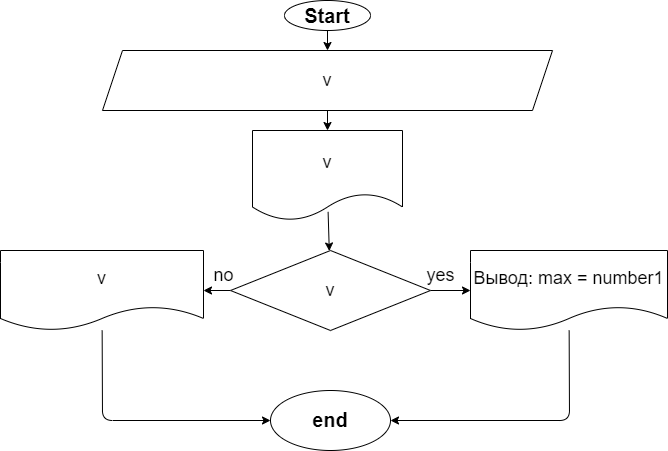
Above: Example011_Task6/algorithm.drawio.png in TayaInakova/C_Sharp (draw.io), before the change. Source tidied: cells renumbered, new cells last; positions are measured from the earlier drawing's top-left corner, leaving out a move shared by most shapes. Its diagram source:
```xml
<mxGraphModel>
  <root>
    <mxCell id="0" />
    <mxCell id="1" parent="0" />
    <mxCell id="2" style="edgeStyle=none;html=1;fontSize=20;" parent="1" edge="1" source="3" target="6">
      <mxGeometry relative="1" as="geometry" />
    </mxCell>
    <mxCell id="3" value="&lt;font style=&quot;font-size: 20px&quot;&gt;&lt;b&gt;Start&lt;/b&gt;&lt;/font&gt;" style="ellipse;whiteSpace=wrap;html=1;" parent="1" vertex="1">
      <mxGeometry x="284" width="86" height="30" as="geometry" />
    </mxCell>
    <mxCell id="4" style="edgeStyle=none;html=1;fontSize=18;exitX=0.504;exitY=0.904;exitDx=0;exitDy=0;exitPerimeter=0;" parent="1" edge="1" source="16" target="9">
      <mxGeometry relative="1" as="geometry" />
    </mxCell>
    <mxCell id="5" style="edgeStyle=none;html=1;fontSize=18;exitX=0.5;exitY=1;exitDx=0;exitDy=0;entryX=0.5;entryY=0;entryDx=0;entryDy=0;" parent="1" edge="1" source="6" target="16">
      <mxGeometry relative="1" as="geometry" />
    </mxCell>
    <mxCell id="6" value="&lt;font style=&quot;font-size: 18px&quot;&gt;v&lt;br&gt;&lt;/font&gt;" style="shape=parallelogram;perimeter=parallelogramPerimeter;whiteSpace=wrap;html=1;fixedSize=1;" parent="1" vertex="1">
      <mxGeometry x="102" y="50" width="450" height="60" as="geometry" />
    </mxCell>
    <mxCell id="7" style="edgeStyle=none;html=1;fontSize=18;" parent="1" edge="1" source="9" target="11">
      <mxGeometry relative="1" as="geometry" />
    </mxCell>
    <mxCell id="8" style="edgeStyle=none;html=1;fontSize=18;" parent="1" edge="1" source="9" target="14">
      <mxGeometry relative="1" as="geometry" />
    </mxCell>
    <mxCell id="9" value="v" style="rhombus;whiteSpace=wrap;html=1;fontSize=18;" parent="1" vertex="1">
      <mxGeometry x="230" y="250" width="200" height="80" as="geometry" />
    </mxCell>
    <mxCell id="10" style="edgeStyle=none;html=1;fontSize=18;entryX=1;entryY=0.5;entryDx=0;entryDy=0;" parent="1" edge="1" source="11" target="17">
      <mxGeometry relative="1" as="geometry">
        <Array as="points">
          <mxPoint x="569" y="420" />
        </Array>
      </mxGeometry>
    </mxCell>
    <mxCell id="11" value="Вывод: max = number1" style="shape=document;whiteSpace=wrap;html=1;boundedLbl=1;fontSize=18;" parent="1" vertex="1">
      <mxGeometry x="470" y="250" width="197" height="80" as="geometry" />
    </mxCell>
    <mxCell id="12" value="yes" style="text;html=1;align=center;verticalAlign=middle;strokeColor=none;fillColor=none;fontSize=18;" parent="1" vertex="1">
      <mxGeometry x="420" y="260" width="40" height="30" as="geometry" />
    </mxCell>
    <mxCell id="13" style="edgeStyle=none;html=1;fontSize=18;entryX=0;entryY=0.5;entryDx=0;entryDy=0;" parent="1" edge="1" source="14" target="17">
      <mxGeometry relative="1" as="geometry">
        <Array as="points">
          <mxPoint x="102" y="420" />
        </Array>
      </mxGeometry>
    </mxCell>
    <mxCell id="14" value="&lt;span&gt;v&lt;/span&gt;" style="shape=document;whiteSpace=wrap;html=1;boundedLbl=1;fontSize=18;" parent="1" vertex="1">
      <mxGeometry y="250" width="203" height="80" as="geometry" />
    </mxCell>
    <mxCell id="15" value="no" style="text;html=1;align=center;verticalAlign=middle;strokeColor=none;fillColor=none;fontSize=18;" parent="1" vertex="1">
      <mxGeometry x="203" y="260" width="40" height="30" as="geometry" />
    </mxCell>
    <mxCell id="16" value="&lt;span style=&quot;font-size: 18px&quot;&gt;v&lt;/span&gt;" style="shape=document;whiteSpace=wrap;html=1;boundedLbl=1;" parent="1" vertex="1">
      <mxGeometry x="252" y="130" width="150" height="90" as="geometry" />
    </mxCell>
    <mxCell id="17" value="&lt;font style=&quot;font-size: 20px&quot;&gt;&lt;b&gt;end&lt;/b&gt;&lt;/font&gt;" style="ellipse;whiteSpace=wrap;html=1;fontSize=18;" parent="1" vertex="1">
      <mxGeometry x="270" y="390" width="120" height="60" as="geometry" />
    </mxCell>
  </root>
</mxGraphModel>
```
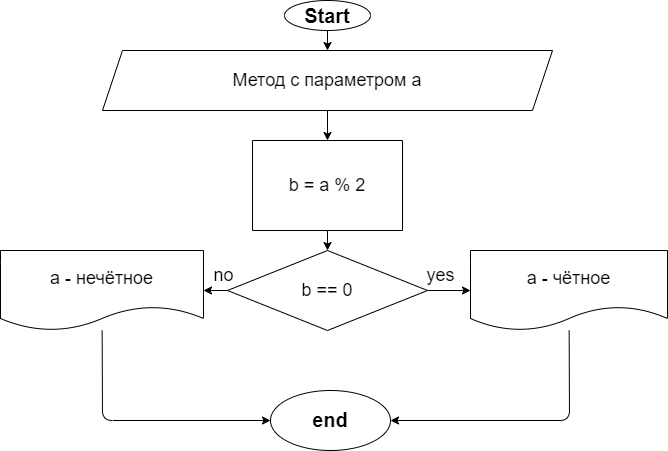
The same diagram one commit later.

Change to the diagram source:
```diff
@@ -8,13 +8,10 @@
     <mxCell id="3" value="&lt;font style=&quot;font-size: 20px&quot;&gt;&lt;b&gt;Start&lt;/b&gt;&lt;/font&gt;" style="ellipse;whiteSpace=wrap;html=1;" parent="1" vertex="1">
       <mxGeometry x="284" width="86" height="30" as="geometry" />
     </mxCell>
-    <mxCell id="4" style="edgeStyle=none;html=1;fontSize=18;exitX=0.504;exitY=0.904;exitDx=0;exitDy=0;exitPerimeter=0;" parent="1" edge="1" source="16" target="9">
-      <mxGeometry relative="1" as="geometry" />
-    </mxCell>
     <mxCell id="5" style="edgeStyle=none;html=1;fontSize=18;exitX=0.5;exitY=1;exitDx=0;exitDy=0;entryX=0.5;entryY=0;entryDx=0;entryDy=0;" parent="1" edge="1" source="6" target="16">
       <mxGeometry relative="1" as="geometry" />
     </mxCell>
-    <mxCell id="6" value="&lt;font style=&quot;font-size: 18px&quot;&gt;v&lt;br&gt;&lt;/font&gt;" style="shape=parallelogram;perimeter=parallelogramPerimeter;whiteSpace=wrap;html=1;fixedSize=1;" parent="1" vertex="1">
+    <mxCell id="6" value="&lt;font style=&quot;font-size: 18px&quot;&gt;Метод с параметром а&lt;br&gt;&lt;/font&gt;" style="shape=parallelogram;perimeter=parallelogramPerimeter;whiteSpace=wrap;html=1;fixedSize=1;" parent="1" vertex="1">
       <mxGeometry x="102" y="50" width="450" height="60" as="geometry" />
     </mxCell>
     <mxCell id="7" style="edgeStyle=none;html=1;fontSize=18;" parent="1" edge="1" source="9" target="11">
@@ -23,8 +20,8 @@
     <mxCell id="8" style="edgeStyle=none;html=1;fontSize=18;" parent="1" edge="1" source="9" target="14">
       <mxGeometry relative="1" as="geometry" />
     </mxCell>
-    <mxCell id="9" value="v" style="rhombus;whiteSpace=wrap;html=1;fontSize=18;" parent="1" vertex="1">
-      <mxGeometry x="230" y="250" width="200" height="80" as="geometry" />
+    <mxCell id="9" value="b == 0" style="rhombus;whiteSpace=wrap;html=1;fontSize=18;" parent="1" vertex="1">
+      <mxGeometry x="227" y="250" width="200" height="80" as="geometry" />
     </mxCell>
     <mxCell id="10" style="edgeStyle=none;html=1;fontSize=18;entryX=1;entryY=0.5;entryDx=0;entryDy=0;" parent="1" edge="1" source="11" target="17">
       <mxGeometry relative="1" as="geometry">
@@ -33,7 +30,7 @@
         </Array>
       </mxGeometry>
     </mxCell>
-    <mxCell id="11" value="Вывод: max = number1" style="shape=document;whiteSpace=wrap;html=1;boundedLbl=1;fontSize=18;" parent="1" vertex="1">
+    <mxCell id="11" value="a - чётное" style="shape=document;whiteSpace=wrap;html=1;boundedLbl=1;fontSize=18;" parent="1" vertex="1">
       <mxGeometry x="470" y="250" width="197" height="80" as="geometry" />
     </mxCell>
     <mxCell id="12" value="yes" style="text;html=1;align=center;verticalAlign=middle;strokeColor=none;fillColor=none;fontSize=18;" parent="1" vertex="1">
@@ -46,14 +43,17 @@
         </Array>
       </mxGeometry>
     </mxCell>
-    <mxCell id="14" value="&lt;span&gt;v&lt;/span&gt;" style="shape=document;whiteSpace=wrap;html=1;boundedLbl=1;fontSize=18;" parent="1" vertex="1">
+    <mxCell id="14" value="а - нечётное" style="shape=document;whiteSpace=wrap;html=1;boundedLbl=1;fontSize=18;" parent="1" vertex="1">
       <mxGeometry y="250" width="203" height="80" as="geometry" />
     </mxCell>
     <mxCell id="15" value="no" style="text;html=1;align=center;verticalAlign=middle;strokeColor=none;fillColor=none;fontSize=18;" parent="1" vertex="1">
       <mxGeometry x="203" y="260" width="40" height="30" as="geometry" />
     </mxCell>
+    <mxCell id="4" style="edgeStyle=none;html=1;entryX=0.5;entryY=0;entryDx=0;entryDy=0;" parent="1" edge="1" source="16" target="9">
+      <mxGeometry relative="1" as="geometry" />
+    </mxCell>
-    <mxCell id="16" value="&lt;span style=&quot;font-size: 18px&quot;&gt;v&lt;/span&gt;" style="shape=document;whiteSpace=wrap;html=1;boundedLbl=1;" parent="1" vertex="1">
-      <mxGeometry x="252" y="130" width="150" height="90" as="geometry" />
+    <mxCell id="16" value="&lt;span style=&quot;font-size: 18px&quot;&gt;b = a % 2&lt;/span&gt;" style="shape=document;whiteSpace=wrap;html=1;boundedLbl=1;size=0;" parent="1" vertex="1">
+      <mxGeometry x="252" y="140" width="150" height="90" as="geometry" />
     </mxCell>
     <mxCell id="17" value="&lt;font style=&quot;font-size: 20px&quot;&gt;&lt;b&gt;end&lt;/b&gt;&lt;/font&gt;" style="ellipse;whiteSpace=wrap;html=1;fontSize=18;" parent="1" vertex="1">
       <mxGeometry x="270" y="390" width="120" height="60" as="geometry" />
```
